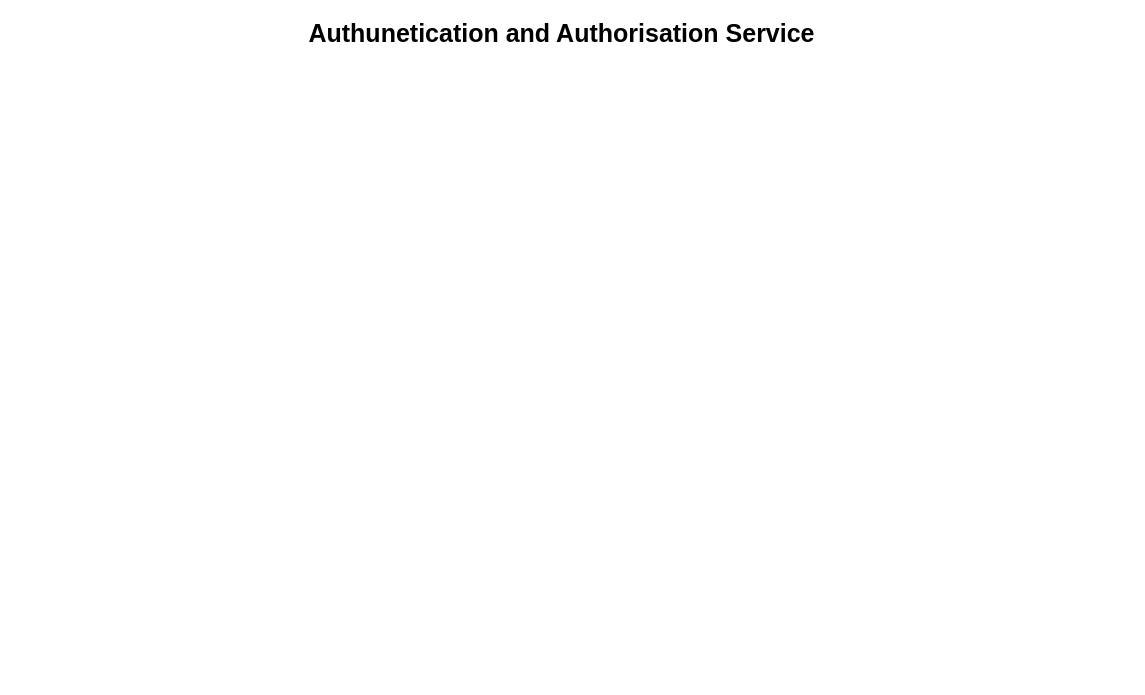
The draw.io diagram page "Auth" (1 of 3) of Untitled Diagram.drawio in Lova-VD/jokes-app-test, before the edit. Source tidied: cells renumbered, new cells numbered last; positions are measured from the earlier drawing's top-left corner, leaving out a move shared by most shapes. Both pictures are drawn from the tidied source at 100%, with x=0, y=0 at pixel (274, 17).
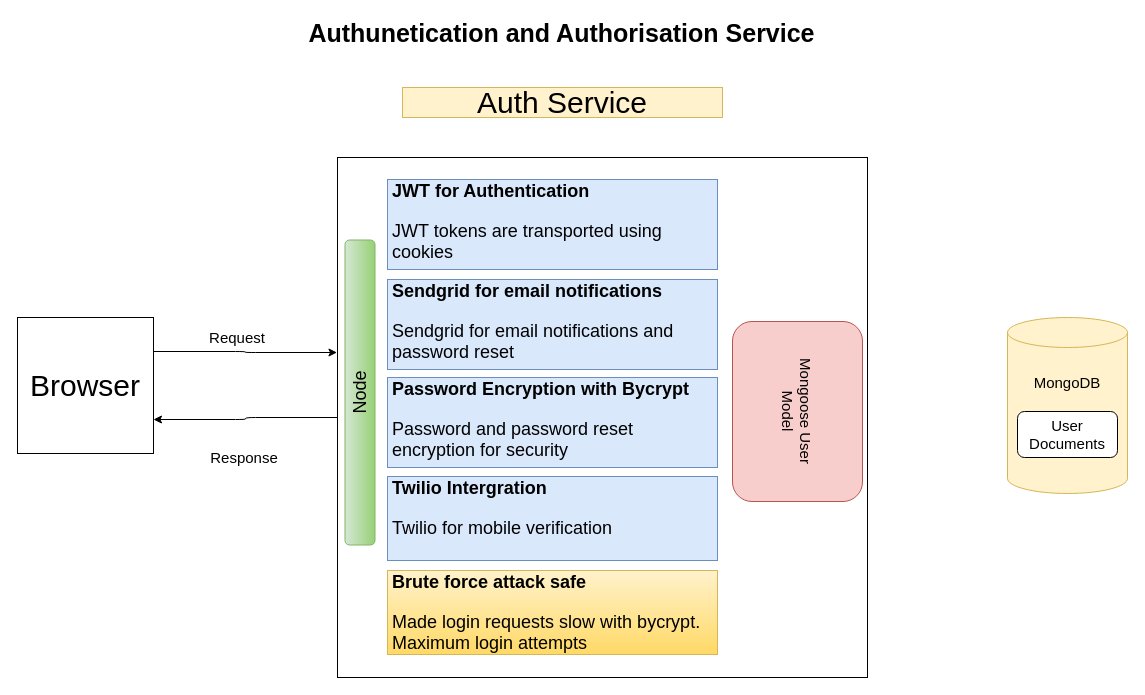
The same page after the edit.

The edit, as a diff of the source:
```diff
@@
 <mxGraphModel>
   <root>
     <mxCell id="0" />
     <mxCell id="1" parent="0" />
     <mxCell id="2" value="&lt;font style=&quot;font-size: 25px&quot;&gt;&lt;b&gt;Authunetication and Authorisation Service&lt;/b&gt;&lt;/font&gt;" style="text;html=1;strokeColor=none;fillColor=none;align=center;verticalAlign=middle;whiteSpace=wrap;rounded=0;sketch=0;" parent="1" vertex="1">
       <mxGeometry width="575" height="30" as="geometry" />
     </mxCell>
+    <mxCell id="3" value="Auth Service" style="text;html=1;strokeColor=#d6b656;fillColor=#fff2cc;align=center;verticalAlign=middle;whiteSpace=wrap;rounded=0;sketch=0;fontSize=30;" parent="1" vertex="1">
+      <mxGeometry x="128" y="70" width="320" height="30" as="geometry" />
+    </mxCell>
+    <mxCell id="4" style="edgeStyle=orthogonalEdgeStyle;curved=0;rounded=1;sketch=0;jettySize=auto;html=1;exitX=1;exitY=0.25;exitDx=0;exitDy=0;entryX=-0.001;entryY=0.375;entryDx=0;entryDy=0;entryPerimeter=0;fontSize=30;" parent="1" edge="1" source="5" target="7">
+      <mxGeometry relative="1" as="geometry" />
+    </mxCell>
+    <mxCell id="5" value="Browser" style="whiteSpace=wrap;html=1;rounded=0;sketch=0;fontSize=30;" parent="1" vertex="1">
+      <mxGeometry x="-257" y="300" width="136" height="136" as="geometry" />
+    </mxCell>
+    <mxCell id="6" style="edgeStyle=orthogonalEdgeStyle;curved=0;rounded=1;sketch=0;jettySize=auto;html=1;exitX=0;exitY=0.5;exitDx=0;exitDy=0;entryX=1;entryY=0.75;entryDx=0;entryDy=0;fontSize=30;" parent="1" edge="1" source="7" target="5">
+      <mxGeometry relative="1" as="geometry" />
+    </mxCell>
+    <mxCell id="7" style="rounded=0;whiteSpace=wrap;html=1;sketch=0;fontSize=30;" parent="1" vertex="1">
+      <mxGeometry x="63" y="140" width="530" height="520" as="geometry" />
+    </mxCell>
+    <mxCell id="8" value="&lt;font style=&quot;font-size: 15px&quot;&gt;Response&lt;/font&gt;" style="text;html=1;strokeColor=none;fillColor=none;align=center;verticalAlign=middle;whiteSpace=wrap;rounded=0;sketch=0;fontSize=30;" parent="1" vertex="1">
+      <mxGeometry x="-60" y="420" width="60" height="30" as="geometry" />
+    </mxCell>
+    <mxCell id="9" value="&lt;font style=&quot;font-size: 15px&quot;&gt;Request&lt;/font&gt;" style="text;html=1;strokeColor=none;fillColor=none;align=center;verticalAlign=middle;whiteSpace=wrap;rounded=0;sketch=0;fontSize=30;" parent="1" vertex="1">
+      <mxGeometry x="-67" y="300" width="60" height="30" as="geometry" />
+    </mxCell>
+    <mxCell id="10" value="Mongoose User&lt;br&gt;Model" style="rounded=1;whiteSpace=wrap;html=1;sketch=0;fontSize=15;rotation=90;fillColor=#f8cecc;strokeColor=#b85450;" parent="1" vertex="1">
+      <mxGeometry x="433" y="329" width="180" height="130" as="geometry" />
+    </mxCell>
+    <mxCell id="11" value="MongoDB&lt;br&gt;&lt;br&gt;&lt;br&gt;&lt;br&gt;&lt;br&gt;" style="shape=cylinder3;whiteSpace=wrap;html=1;boundedLbl=1;backgroundOutline=1;size=15;rounded=0;sketch=0;fontSize=15;fillColor=#fff2cc;strokeColor=#d6b656;" parent="1" vertex="1">
+      <mxGeometry x="733" y="300" width="120" height="176" as="geometry" />
+    </mxCell>
+    <mxCell id="12" value="User Documents" style="rounded=1;whiteSpace=wrap;html=1;sketch=0;fontSize=15;" parent="1" vertex="1">
+      <mxGeometry x="743" y="394" width="100" height="46" as="geometry" />
+    </mxCell>
+    <mxCell id="13" value="&lt;h1 style=&quot;font-size: 18px&quot;&gt;&lt;font style=&quot;font-size: 18px&quot;&gt;Twilio Intergration&lt;/font&gt;&lt;/h1&gt;&lt;p style=&quot;font-size: 18px&quot;&gt;Twilio for mobile verification&lt;/p&gt;" style="text;html=1;strokeColor=#6c8ebf;fillColor=#dae8fc;spacing=5;spacingTop=-20;whiteSpace=wrap;overflow=hidden;rounded=0;sketch=0;fontSize=15;" parent="1" vertex="1">
+      <mxGeometry x="113" y="459" width="330" height="84" as="geometry" />
+    </mxCell>
+    <mxCell id="14" value="&lt;h1 style=&quot;font-size: 18px&quot;&gt;JWT for Authentication&lt;/h1&gt;&lt;p style=&quot;font-size: 18px&quot;&gt;JWT tokens are transported using cookies&lt;/p&gt;" style="text;html=1;strokeColor=#6c8ebf;fillColor=#dae8fc;spacing=5;spacingTop=-20;whiteSpace=wrap;overflow=hidden;rounded=0;sketch=0;fontSize=15;" parent="1" vertex="1">
+      <mxGeometry x="113" y="162" width="330" height="90" as="geometry" />
+    </mxCell>
+    <mxCell id="15" value="&lt;h1 style=&quot;font-size: 18px&quot;&gt;Sendgrid for email notifications&lt;/h1&gt;&lt;p style=&quot;font-size: 18px&quot;&gt;Sendgrid for email notifications and password reset&lt;/p&gt;" style="text;html=1;strokeColor=#6c8ebf;fillColor=#dae8fc;spacing=5;spacingTop=-20;whiteSpace=wrap;overflow=hidden;rounded=0;sketch=0;fontSize=15;" parent="1" vertex="1">
+      <mxGeometry x="113" y="262" width="330" height="90" as="geometry" />
+    </mxCell>
+    <mxCell id="16" value="&lt;h1 style=&quot;font-size: 18px&quot;&gt;Password Encryption with Bycrypt&lt;/h1&gt;&lt;p style=&quot;font-size: 18px&quot;&gt;Password and password reset encryption for security&lt;/p&gt;" style="text;html=1;spacing=5;spacingTop=-20;whiteSpace=wrap;overflow=hidden;rounded=0;sketch=0;fontSize=15;fillColor=#dae8fc;strokeColor=#6c8ebf;" parent="1" vertex="1">
+      <mxGeometry x="113" y="360" width="330" height="90" as="geometry" />
+    </mxCell>
+    <mxCell id="17" value="&lt;h1 style=&quot;font-size: 18px&quot;&gt;Brute force attack safe&lt;/h1&gt;&lt;p style=&quot;font-size: 18px&quot;&gt;Made login requests slow with bycrypt. Maximum login attempts&lt;/p&gt;" style="text;html=1;strokeColor=#d6b656;fillColor=#fff2cc;spacing=5;spacingTop=-20;whiteSpace=wrap;overflow=hidden;rounded=0;sketch=0;fontSize=15;gradientColor=#ffd966;" parent="1" vertex="1">
+      <mxGeometry x="113" y="553" width="330" height="84" as="geometry" />
+    </mxCell>
+    <mxCell id="18" value="Node" style="rounded=1;whiteSpace=wrap;html=1;sketch=0;fontSize=18;fillColor=#d5e8d4;gradientColor=#97d077;strokeColor=#82b366;rotation=-90;" parent="1" vertex="1">
+      <mxGeometry x="-67" y="360" width="305" height="30" as="geometry" />
+    </mxCell>
   </root>
 </mxGraphModel>
```
